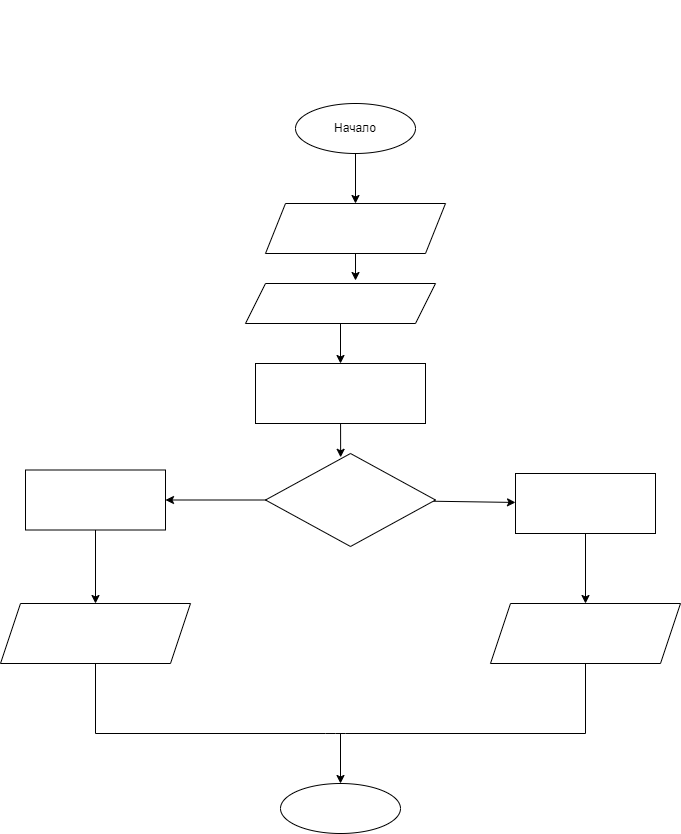
Tanyavers/HW keeps this draw.io diagram as Task13/.drawio.png. Above is the earlier version. Source tidied: cells renumbered, new cells last; positions are measured from the earlier drawing's top-left corner, leaving out a move shared by most shapes. Source of this version:
```xml
<mxGraphModel>
  <root>
    <mxCell id="0" />
    <mxCell id="1" parent="0" />
    <mxCell id="2" value="&lt;div style=&quot;font-family: &amp;#34;consolas&amp;#34; , &amp;#34;courier new&amp;#34; , monospace ; font-size: 14px ; line-height: 19px&quot;&gt;&lt;font color=&quot;#ffffff&quot;&gt;Задача 13: Напишите программу, которая выводит третью цифру заданного числа или сообщает, что третьей цифры нет.&lt;/font&gt;&lt;/div&gt;" style="text;html=1;strokeColor=none;fillColor=none;align=center;verticalAlign=middle;whiteSpace=wrap;rounded=0;" parent="1" vertex="1">
      <mxGeometry x="155" width="390" height="30" as="geometry" />
    </mxCell>
    <mxCell id="3" style="edgeStyle=none;html=1;exitX=0.5;exitY=1;exitDx=0;exitDy=0;entryX=0.5;entryY=0;entryDx=0;entryDy=0;fontColor=#FFFFFF;" parent="1" edge="1" source="4" target="6">
      <mxGeometry relative="1" as="geometry" />
    </mxCell>
    <mxCell id="4" value="Начало" style="ellipse;whiteSpace=wrap;html=1;" parent="1" vertex="1">
      <mxGeometry x="295" y="90" width="120" height="50" as="geometry" />
    </mxCell>
    <mxCell id="5" style="edgeStyle=none;html=1;exitX=0.5;exitY=1;exitDx=0;exitDy=0;entryX=0.579;entryY=-0.075;entryDx=0;entryDy=0;entryPerimeter=0;fontColor=#FFFFFF;" parent="1" edge="1" source="6" target="8">
      <mxGeometry relative="1" as="geometry" />
    </mxCell>
    <mxCell id="6" value="&lt;font color=&quot;#ffffff&quot;&gt;Вывод&lt;br&gt;Введите число&lt;/font&gt;" style="shape=parallelogram;perimeter=parallelogramPerimeter;whiteSpace=wrap;html=1;fixedSize=1;" parent="1" vertex="1">
      <mxGeometry x="265" y="190" width="180" height="50" as="geometry" />
    </mxCell>
    <mxCell id="7" style="edgeStyle=none;html=1;exitX=0.5;exitY=1;exitDx=0;exitDy=0;entryX=0.5;entryY=0;entryDx=0;entryDy=0;fontColor=#FFFFFF;" parent="1" edge="1" source="8" target="10">
      <mxGeometry relative="1" as="geometry" />
    </mxCell>
    <mxCell id="8" value="Ввод&lt;br&gt;a" style="shape=parallelogram;perimeter=parallelogramPerimeter;whiteSpace=wrap;html=1;fixedSize=1;labelBackgroundColor=none;fontColor=#FFFFFF;" parent="1" vertex="1">
      <mxGeometry x="245" y="270" width="190" height="40" as="geometry" />
    </mxCell>
    <mxCell id="9" style="edgeStyle=none;html=1;entryX=0.442;entryY=0.041;entryDx=0;entryDy=0;entryPerimeter=0;fontColor=#FFFFFF;" parent="1" edge="1" source="10" target="15">
      <mxGeometry relative="1" as="geometry" />
    </mxCell>
    <mxCell id="10" value="&lt;span style=&quot;font-family: &amp;#34;consolas&amp;#34; , &amp;#34;courier new&amp;#34; , monospace ; font-size: 14px&quot;&gt;b = a.ToCharArray&lt;/span&gt;" style="rounded=0;whiteSpace=wrap;html=1;labelBackgroundColor=none;fontColor=#FFFFFF;" parent="1" vertex="1">
      <mxGeometry x="255" y="350" width="170" height="60" as="geometry" />
    </mxCell>
    <mxCell id="11" value="Вывод&lt;br&gt;c" style="shape=parallelogram;perimeter=parallelogramPerimeter;whiteSpace=wrap;html=1;fixedSize=1;labelBackgroundColor=none;fontColor=#FFFFFF;" parent="1" vertex="1">
      <mxGeometry y="590" width="190" height="60" as="geometry" />
    </mxCell>
    <mxCell id="12" value="Конец" style="ellipse;whiteSpace=wrap;html=1;labelBackgroundColor=none;fontColor=#FFFFFF;" parent="1" vertex="1">
      <mxGeometry x="280" y="770" width="120" height="50" as="geometry" />
    </mxCell>
    <mxCell id="13" style="edgeStyle=none;html=1;entryX=1;entryY=0.5;entryDx=0;entryDy=0;fontColor=#FFFFFF;" parent="1" edge="1" source="15" target="19">
      <mxGeometry relative="1" as="geometry" />
    </mxCell>
    <mxCell id="14" style="edgeStyle=none;html=1;fontColor=#FFFFFF;" parent="1" edge="1" source="15" target="22">
      <mxGeometry relative="1" as="geometry" />
    </mxCell>
    <mxCell id="15" value="&lt;div style=&quot;font-family: &amp;#34;consolas&amp;#34; , &amp;#34;courier new&amp;#34; , monospace ; font-size: 14px ; line-height: 19px&quot;&gt;&lt;font color=&quot;#ffffff&quot;&gt;b.Length&amp;gt;2&lt;/font&gt;&lt;/div&gt;" style="rhombus;whiteSpace=wrap;html=1;" parent="1" vertex="1">
      <mxGeometry x="265" y="440" width="170" height="93" as="geometry" />
    </mxCell>
    <mxCell id="16" value="Yes" style="text;html=1;strokeColor=none;fillColor=none;align=center;verticalAlign=middle;whiteSpace=wrap;rounded=0;labelBackgroundColor=none;fontColor=#FFFFFF;" parent="1" vertex="1">
      <mxGeometry x="235" y="435" width="60" height="30" as="geometry" />
    </mxCell>
    <mxCell id="17" value="No" style="text;html=1;align=center;verticalAlign=middle;strokeColor=none;fillColor=none;fontColor=#FFFFFF;" parent="1" vertex="1">
      <mxGeometry x="415" y="440" width="30" height="20" as="geometry" />
    </mxCell>
    <mxCell id="18" style="edgeStyle=none;html=1;fontColor=#FFFFFF;" parent="1" edge="1" source="19" target="11">
      <mxGeometry relative="1" as="geometry" />
    </mxCell>
    <mxCell id="19" value="&lt;div style=&quot;font-family: &amp;#34;consolas&amp;#34; , &amp;#34;courier new&amp;#34; , monospace ; font-size: 14px ; line-height: 19px&quot;&gt;c = a+&quot; -&amp;gt; &quot;+b[2]&lt;/div&gt;" style="rounded=0;whiteSpace=wrap;html=1;labelBackgroundColor=none;fontColor=#FFFFFF;" parent="1" vertex="1">
      <mxGeometry x="25" y="456.5" width="140" height="60" as="geometry" />
    </mxCell>
    <mxCell id="20" value="Вывод&lt;br&gt;c" style="shape=parallelogram;perimeter=parallelogramPerimeter;whiteSpace=wrap;html=1;fixedSize=1;labelBackgroundColor=none;fontColor=#FFFFFF;" parent="1" vertex="1">
      <mxGeometry x="490" y="590" width="190" height="60" as="geometry" />
    </mxCell>
    <mxCell id="21" style="edgeStyle=none;html=1;fontColor=#FFFFFF;" parent="1" edge="1" source="22" target="20">
      <mxGeometry relative="1" as="geometry" />
    </mxCell>
    <mxCell id="22" value="&lt;div style=&quot;font-family: &amp;#34;consolas&amp;#34; , &amp;#34;courier new&amp;#34; , monospace ; font-size: 14px ; line-height: 19px&quot;&gt;&lt;div style=&quot;font-family: &amp;#34;consolas&amp;#34; , &amp;#34;courier new&amp;#34; , monospace ; line-height: 19px&quot;&gt;c = a+&quot; -&amp;gt; &quot;+&quot;Третьей цифры нет&quot;&lt;/div&gt;&lt;/div&gt;" style="rounded=0;whiteSpace=wrap;html=1;labelBackgroundColor=none;fontColor=#FFFFFF;" parent="1" vertex="1">
      <mxGeometry x="515" y="460" width="140" height="60" as="geometry" />
    </mxCell>
    <mxCell id="23" style="endArrow=none;html=1;fontColor=#FFFFFF;entryX=0.5;entryY=1;entryDx=0;entryDy=0;" parent="1" edge="1" target="11">
      <mxGeometry relative="1" as="geometry">
        <mxPoint x="95" y="720" as="sourcePoint" />
      </mxGeometry>
    </mxCell>
    <mxCell id="24" style="endArrow=none;html=1;fontColor=#FFFFFF;entryX=0.5;entryY=1;entryDx=0;entryDy=0;" parent="1" edge="1" target="20">
      <mxGeometry relative="1" as="geometry">
        <mxPoint x="585" y="720" as="sourcePoint" />
      </mxGeometry>
    </mxCell>
    <mxCell id="25" style="endArrow=none;html=1;fontColor=#FFFFFF;" parent="1" edge="1">
      <mxGeometry relative="1" as="geometry">
        <mxPoint x="95" y="720" as="sourcePoint" />
        <mxPoint x="585" y="720" as="targetPoint" />
        <Array as="points">
          <mxPoint x="335" y="720" />
        </Array>
      </mxGeometry>
    </mxCell>
    <mxCell id="26" style="endArrow=classic;html=1;fontColor=#FFFFFF;entryX=0.5;entryY=0;entryDx=0;entryDy=0;" parent="1" edge="1" target="12">
      <mxGeometry relative="1" as="geometry">
        <mxPoint x="340" y="720" as="sourcePoint" />
      </mxGeometry>
    </mxCell>
  </root>
</mxGraphModel>
```
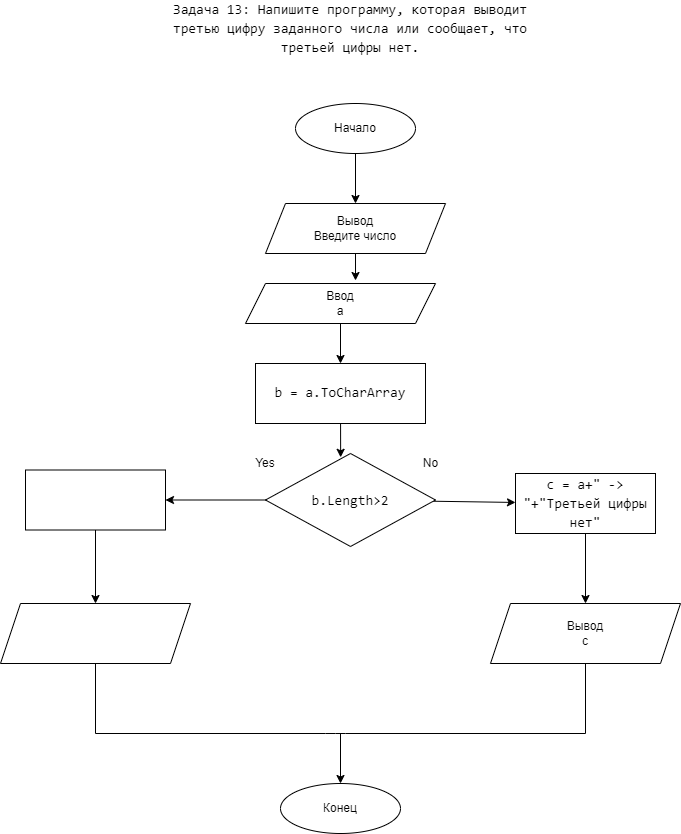
The same diagram one commit later.

What changed in the source:
```diff
@@ -2,52 +2,52 @@
   <root>
     <mxCell id="0" />
     <mxCell id="1" parent="0" />
-    <mxCell id="2" value="&lt;div style=&quot;font-family: &amp;#34;consolas&amp;#34; , &amp;#34;courier new&amp;#34; , monospace ; font-size: 14px ; line-height: 19px&quot;&gt;&lt;font color=&quot;#ffffff&quot;&gt;Задача 13: Напишите программу, которая выводит третью цифру заданного числа или сообщает, что третьей цифры нет.&lt;/font&gt;&lt;/div&gt;" style="text;html=1;strokeColor=none;fillColor=none;align=center;verticalAlign=middle;whiteSpace=wrap;rounded=0;" parent="1" vertex="1">
+    <mxCell id="2" value="&lt;div style=&quot;font-family: &amp;quot;consolas&amp;quot; , &amp;quot;courier new&amp;quot; , monospace ; font-size: 14px ; line-height: 19px&quot;&gt;&lt;font&gt;Задача 13: Напишите программу, которая выводит третью цифру заданного числа или сообщает, что третьей цифры нет.&lt;/font&gt;&lt;/div&gt;" style="text;html=1;strokeColor=none;fillColor=none;align=center;verticalAlign=middle;whiteSpace=wrap;rounded=0;fontColor=#000000;" parent="1" vertex="1">
       <mxGeometry x="155" width="390" height="30" as="geometry" />
     </mxCell>
-    <mxCell id="3" style="edgeStyle=none;html=1;exitX=0.5;exitY=1;exitDx=0;exitDy=0;entryX=0.5;entryY=0;entryDx=0;entryDy=0;fontColor=#FFFFFF;" parent="1" edge="1" source="4" target="6">
+    <mxCell id="3" style="edgeStyle=none;html=1;exitX=0.5;exitY=1;exitDx=0;exitDy=0;entryX=0.5;entryY=0;entryDx=0;entryDy=0;fontColor=#000000;" parent="1" edge="1" source="4" target="6">
       <mxGeometry relative="1" as="geometry" />
     </mxCell>
-    <mxCell id="4" value="Начало" style="ellipse;whiteSpace=wrap;html=1;" parent="1" vertex="1">
+    <mxCell id="4" value="Начало" style="ellipse;whiteSpace=wrap;html=1;fontColor=#000000;" parent="1" vertex="1">
       <mxGeometry x="295" y="90" width="120" height="50" as="geometry" />
     </mxCell>
-    <mxCell id="5" style="edgeStyle=none;html=1;exitX=0.5;exitY=1;exitDx=0;exitDy=0;entryX=0.579;entryY=-0.075;entryDx=0;entryDy=0;entryPerimeter=0;fontColor=#FFFFFF;" parent="1" edge="1" source="6" target="8">
+    <mxCell id="5" style="edgeStyle=none;html=1;exitX=0.5;exitY=1;exitDx=0;exitDy=0;entryX=0.579;entryY=-0.075;entryDx=0;entryDy=0;entryPerimeter=0;fontColor=#000000;" parent="1" edge="1" source="6" target="8">
       <mxGeometry relative="1" as="geometry" />
     </mxCell>
-    <mxCell id="6" value="&lt;font color=&quot;#ffffff&quot;&gt;Вывод&lt;br&gt;Введите число&lt;/font&gt;" style="shape=parallelogram;perimeter=parallelogramPerimeter;whiteSpace=wrap;html=1;fixedSize=1;" parent="1" vertex="1">
+    <mxCell id="6" value="&lt;font&gt;Вывод&lt;br&gt;Введите число&lt;/font&gt;" style="shape=parallelogram;perimeter=parallelogramPerimeter;whiteSpace=wrap;html=1;fixedSize=1;fontColor=#000000;" parent="1" vertex="1">
       <mxGeometry x="265" y="190" width="180" height="50" as="geometry" />
     </mxCell>
-    <mxCell id="7" style="edgeStyle=none;html=1;exitX=0.5;exitY=1;exitDx=0;exitDy=0;entryX=0.5;entryY=0;entryDx=0;entryDy=0;fontColor=#FFFFFF;" parent="1" edge="1" source="8" target="10">
+    <mxCell id="7" style="edgeStyle=none;html=1;exitX=0.5;exitY=1;exitDx=0;exitDy=0;entryX=0.5;entryY=0;entryDx=0;entryDy=0;fontColor=#000000;" parent="1" edge="1" source="8" target="10">
       <mxGeometry relative="1" as="geometry" />
     </mxCell>
-    <mxCell id="8" value="Ввод&lt;br&gt;a" style="shape=parallelogram;perimeter=parallelogramPerimeter;whiteSpace=wrap;html=1;fixedSize=1;labelBackgroundColor=none;fontColor=#FFFFFF;" parent="1" vertex="1">
+    <mxCell id="8" value="Ввод&lt;br&gt;a" style="shape=parallelogram;perimeter=parallelogramPerimeter;whiteSpace=wrap;html=1;fixedSize=1;labelBackgroundColor=none;fontColor=#000000;" parent="1" vertex="1">
       <mxGeometry x="245" y="270" width="190" height="40" as="geometry" />
     </mxCell>
-    <mxCell id="9" style="edgeStyle=none;html=1;entryX=0.442;entryY=0.041;entryDx=0;entryDy=0;entryPerimeter=0;fontColor=#FFFFFF;" parent="1" edge="1" source="10" target="15">
+    <mxCell id="9" style="edgeStyle=none;html=1;entryX=0.442;entryY=0.041;entryDx=0;entryDy=0;entryPerimeter=0;fontColor=#000000;" parent="1" edge="1" source="10" target="15">
       <mxGeometry relative="1" as="geometry" />
     </mxCell>
-    <mxCell id="10" value="&lt;span style=&quot;font-family: &amp;#34;consolas&amp;#34; , &amp;#34;courier new&amp;#34; , monospace ; font-size: 14px&quot;&gt;b = a.ToCharArray&lt;/span&gt;" style="rounded=0;whiteSpace=wrap;html=1;labelBackgroundColor=none;fontColor=#FFFFFF;" parent="1" vertex="1">
+    <mxCell id="10" value="&lt;span style=&quot;font-family: &amp;quot;consolas&amp;quot; , &amp;quot;courier new&amp;quot; , monospace ; font-size: 14px&quot;&gt;b = a.ToCharArray&lt;/span&gt;" style="rounded=0;whiteSpace=wrap;html=1;labelBackgroundColor=none;fontColor=#000000;" parent="1" vertex="1">
       <mxGeometry x="255" y="350" width="170" height="60" as="geometry" />
     </mxCell>
     <mxCell id="11" value="Вывод&lt;br&gt;c" style="shape=parallelogram;perimeter=parallelogramPerimeter;whiteSpace=wrap;html=1;fixedSize=1;labelBackgroundColor=none;fontColor=#FFFFFF;" parent="1" vertex="1">
       <mxGeometry y="590" width="190" height="60" as="geometry" />
     </mxCell>
-    <mxCell id="12" value="Конец" style="ellipse;whiteSpace=wrap;html=1;labelBackgroundColor=none;fontColor=#FFFFFF;" parent="1" vertex="1">
+    <mxCell id="12" value="Конец" style="ellipse;whiteSpace=wrap;html=1;labelBackgroundColor=none;fontColor=#000000;" parent="1" vertex="1">
       <mxGeometry x="280" y="770" width="120" height="50" as="geometry" />
     </mxCell>
-    <mxCell id="13" style="edgeStyle=none;html=1;entryX=1;entryY=0.5;entryDx=0;entryDy=0;fontColor=#FFFFFF;" parent="1" edge="1" source="15" target="19">
+    <mxCell id="13" style="edgeStyle=none;html=1;entryX=1;entryY=0.5;entryDx=0;entryDy=0;fontColor=#000000;" parent="1" edge="1" source="15" target="19">
       <mxGeometry relative="1" as="geometry" />
     </mxCell>
-    <mxCell id="14" style="edgeStyle=none;html=1;fontColor=#FFFFFF;" parent="1" edge="1" source="15" target="22">
+    <mxCell id="14" style="edgeStyle=none;html=1;fontColor=#000000;" parent="1" edge="1" source="15" target="22">
       <mxGeometry relative="1" as="geometry" />
     </mxCell>
-    <mxCell id="15" value="&lt;div style=&quot;font-family: &amp;#34;consolas&amp;#34; , &amp;#34;courier new&amp;#34; , monospace ; font-size: 14px ; line-height: 19px&quot;&gt;&lt;font color=&quot;#ffffff&quot;&gt;b.Length&amp;gt;2&lt;/font&gt;&lt;/div&gt;" style="rhombus;whiteSpace=wrap;html=1;" parent="1" vertex="1">
+    <mxCell id="15" value="&lt;div style=&quot;font-family: &amp;quot;consolas&amp;quot; , &amp;quot;courier new&amp;quot; , monospace ; font-size: 14px ; line-height: 19px&quot;&gt;&lt;font&gt;b.Length&amp;gt;2&lt;/font&gt;&lt;/div&gt;" style="rhombus;whiteSpace=wrap;html=1;fontColor=#000000;" parent="1" vertex="1">
       <mxGeometry x="265" y="440" width="170" height="93" as="geometry" />
     </mxCell>
-    <mxCell id="16" value="Yes" style="text;html=1;strokeColor=none;fillColor=none;align=center;verticalAlign=middle;whiteSpace=wrap;rounded=0;labelBackgroundColor=none;fontColor=#FFFFFF;" parent="1" vertex="1">
+    <mxCell id="16" value="Yes" style="text;html=1;strokeColor=none;fillColor=none;align=center;verticalAlign=middle;whiteSpace=wrap;rounded=0;labelBackgroundColor=none;fontColor=#000000;" parent="1" vertex="1">
       <mxGeometry x="235" y="435" width="60" height="30" as="geometry" />
     </mxCell>
-    <mxCell id="17" value="No" style="text;html=1;align=center;verticalAlign=middle;strokeColor=none;fillColor=none;fontColor=#FFFFFF;" parent="1" vertex="1">
+    <mxCell id="17" value="No" style="text;html=1;align=center;verticalAlign=middle;strokeColor=none;fillColor=none;fontColor=#000000;" parent="1" vertex="1">
       <mxGeometry x="415" y="440" width="30" height="20" as="geometry" />
     </mxCell>
     <mxCell id="18" style="edgeStyle=none;html=1;fontColor=#FFFFFF;" parent="1" edge="1" source="19" target="11">
@@ -56,13 +56,13 @@
     <mxCell id="19" value="&lt;div style=&quot;font-family: &amp;#34;consolas&amp;#34; , &amp;#34;courier new&amp;#34; , monospace ; font-size: 14px ; line-height: 19px&quot;&gt;c = a+&quot; -&amp;gt; &quot;+b[2]&lt;/div&gt;" style="rounded=0;whiteSpace=wrap;html=1;labelBackgroundColor=none;fontColor=#FFFFFF;" parent="1" vertex="1">
       <mxGeometry x="25" y="456.5" width="140" height="60" as="geometry" />
     </mxCell>
-    <mxCell id="20" value="Вывод&lt;br&gt;c" style="shape=parallelogram;perimeter=parallelogramPerimeter;whiteSpace=wrap;html=1;fixedSize=1;labelBackgroundColor=none;fontColor=#FFFFFF;" parent="1" vertex="1">
+    <mxCell id="20" value="Вывод&lt;br&gt;c" style="shape=parallelogram;perimeter=parallelogramPerimeter;whiteSpace=wrap;html=1;fixedSize=1;labelBackgroundColor=none;fontColor=#000000;" parent="1" vertex="1">
       <mxGeometry x="490" y="590" width="190" height="60" as="geometry" />
     </mxCell>
-    <mxCell id="21" style="edgeStyle=none;html=1;fontColor=#FFFFFF;" parent="1" edge="1" source="22" target="20">
+    <mxCell id="21" style="edgeStyle=none;html=1;fontColor=#000000;" parent="1" edge="1" source="22" target="20">
       <mxGeometry relative="1" as="geometry" />
     </mxCell>
-    <mxCell id="22" value="&lt;div style=&quot;font-family: &amp;#34;consolas&amp;#34; , &amp;#34;courier new&amp;#34; , monospace ; font-size: 14px ; line-height: 19px&quot;&gt;&lt;div style=&quot;font-family: &amp;#34;consolas&amp;#34; , &amp;#34;courier new&amp;#34; , monospace ; line-height: 19px&quot;&gt;c = a+&quot; -&amp;gt; &quot;+&quot;Третьей цифры нет&quot;&lt;/div&gt;&lt;/div&gt;" style="rounded=0;whiteSpace=wrap;html=1;labelBackgroundColor=none;fontColor=#FFFFFF;" parent="1" vertex="1">
+    <mxCell id="22" value="&lt;div style=&quot;font-family: &amp;quot;consolas&amp;quot; , &amp;quot;courier new&amp;quot; , monospace ; font-size: 14px ; line-height: 19px&quot;&gt;&lt;div style=&quot;font-family: &amp;quot;consolas&amp;quot; , &amp;quot;courier new&amp;quot; , monospace ; line-height: 19px&quot;&gt;c = a+&quot; -&amp;gt; &quot;+&quot;Третьей цифры нет&quot;&lt;/div&gt;&lt;/div&gt;" style="rounded=0;whiteSpace=wrap;html=1;labelBackgroundColor=none;fontColor=#000000;" parent="1" vertex="1">
       <mxGeometry x="515" y="460" width="140" height="60" as="geometry" />
     </mxCell>
     <mxCell id="23" style="endArrow=none;html=1;fontColor=#FFFFFF;entryX=0.5;entryY=1;entryDx=0;entryDy=0;" parent="1" edge="1" target="11">
@@ -70,7 +70,7 @@
         <mxPoint x="95" y="720" as="sourcePoint" />
       </mxGeometry>
     </mxCell>
-    <mxCell id="24" style="endArrow=none;html=1;fontColor=#FFFFFF;entryX=0.5;entryY=1;entryDx=0;entryDy=0;" parent="1" edge="1" target="20">
+    <mxCell id="24" style="endArrow=none;html=1;fontColor=#000000;entryX=0.5;entryY=1;entryDx=0;entryDy=0;" parent="1" edge="1" target="20">
       <mxGeometry relative="1" as="geometry">
         <mxPoint x="585" y="720" as="sourcePoint" />
       </mxGeometry>
@@ -84,7 +84,7 @@
         </Array>
       </mxGeometry>
     </mxCell>
-    <mxCell id="26" style="endArrow=classic;html=1;fontColor=#FFFFFF;entryX=0.5;entryY=0;entryDx=0;entryDy=0;" parent="1" edge="1" target="12">
+    <mxCell id="26" style="endArrow=classic;html=1;fontColor=#000000;entryX=0.5;entryY=0;entryDx=0;entryDy=0;" parent="1" edge="1" target="12">
       <mxGeometry relative="1" as="geometry">
         <mxPoint x="340" y="720" as="sourcePoint" />
       </mxGeometry>
```
